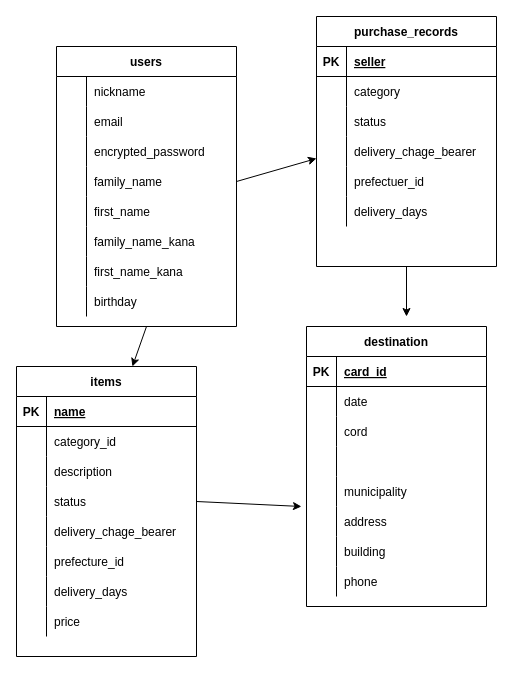
This is README.dio from akifumiyamane/furima-38392, a draw.io file, before an edit. Source tidied: cells renumbered, new cells numbered last; positions are measured from the earlier drawing's top-left corner, leaving out a move shared by most shapes. Both pictures are drawn from the tidied source at 100%, with x=0, y=0 at pixel (16, 16).
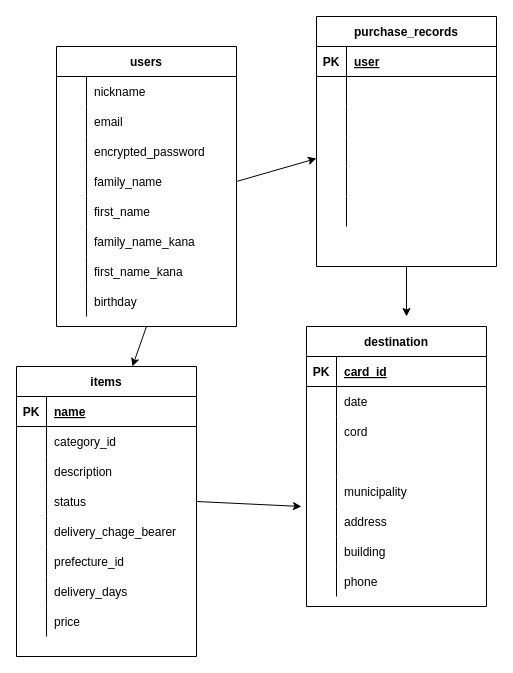
The same page after the edit.

Commit message (it also covers changes not shown here):
データベース設計

The change refers to these unchanged cells:
```xml
<mxCell id="29" style="shape=partialRectangle;fillColor=none;top=0;left=0;bottom=1;right=0;" parent="28" vertex="1">
  <mxGeometry y="30" width="180" height="30" as="geometry" />
</mxCell>
<mxCell id="32" style="shape=partialRectangle;fillColor=none;top=0;left=0;bottom=0;right=0;" parent="28" vertex="1">
  <mxGeometry y="60" width="180" height="30" as="geometry" />
</mxCell>
<mxCell id="35" style="shape=partialRectangle;fillColor=none;top=0;left=0;bottom=0;right=0;" parent="28" vertex="1">
  <mxGeometry y="90" width="180" height="30" as="geometry" />
</mxCell>
<mxCell id="38" style="shape=partialRectangle;fillColor=none;top=0;left=0;bottom=0;right=0;points=[[0,0.5],[1,0.5]];portConstraint=eastwest;" parent="28" vertex="1">
  <mxGeometry y="120" width="180" height="30" as="geometry" />
</mxCell>
<mxCell id="41" style="shape=partialRectangle;fillColor=none;top=0;left=0;bottom=0;right=0;" parent="28" vertex="1">
  <mxGeometry y="150" width="180" height="30" as="geometry" />
</mxCell>
<mxCell id="44" style="shape=partialRectangle;fillColor=none;top=0;left=0;bottom=0;right=0;" parent="28" vertex="1">
  <mxGeometry y="180" width="180" height="30" as="geometry" />
</mxCell>
```

Diff of the diagram source:
```diff
@@
-    <mxCell id="31" value="seller" style="shape=partialRectangle;fillColor=none;top=0;left=0;bottom=0;right=0;align=left;spacingLeft=6;fontStyle=5;overflow=hidden;" parent="29" vertex="1">
+    <mxCell id="31" value="user" style="shape=partialRectangle;fillColor=none;top=0;left=0;bottom=0;right=0;align=left;spacingLeft=6;fontStyle=5;overflow=hidden;" parent="29" vertex="1">
       <mxGeometry x="30" width="150" height="30" as="geometry" />
     </mxCell>
@@
-    <mxCell id="34" value="category" style="shape=partialRectangle;fillColor=none;top=0;left=0;bottom=0;right=0;align=left;spacingLeft=6;overflow=hidden;" parent="32" vertex="1">
+    <mxCell id="34" style="shape=partialRectangle;fillColor=none;top=0;left=0;bottom=0;right=0;align=left;spacingLeft=6;overflow=hidden;" parent="32" vertex="1">
       <mxGeometry x="30" width="150" height="30" as="geometry" />
     </mxCell>
@@
-    <mxCell id="37" value="status" style="shape=partialRectangle;fillColor=none;top=0;left=0;bottom=0;right=0;align=left;spacingLeft=6;overflow=hidden;" parent="35" vertex="1">
+    <mxCell id="37" style="shape=partialRectangle;fillColor=none;top=0;left=0;bottom=0;right=0;align=left;spacingLeft=6;overflow=hidden;" parent="35" vertex="1">
       <mxGeometry x="30" width="150" height="30" as="geometry" />
     </mxCell>
@@
-    <mxCell id="40" value="delivery_chage_bearer" style="shape=partialRectangle;fillColor=none;top=0;left=0;bottom=0;right=0;align=left;spacingLeft=6;overflow=hidden;" parent="38" vertex="1">
+    <mxCell id="40" style="shape=partialRectangle;fillColor=none;top=0;left=0;bottom=0;right=0;align=left;spacingLeft=6;overflow=hidden;" parent="38" vertex="1">
       <mxGeometry x="30" width="150" height="30" as="geometry" />
     </mxCell>
@@
-    <mxCell id="43" value="prefectuer_id" style="shape=partialRectangle;fillColor=none;top=0;left=0;bottom=0;right=0;align=left;spacingLeft=6;overflow=hidden;" parent="41" vertex="1">
+    <mxCell id="43" style="shape=partialRectangle;fillColor=none;top=0;left=0;bottom=0;right=0;align=left;spacingLeft=6;overflow=hidden;" parent="41" vertex="1">
       <mxGeometry x="30" width="150" height="30" as="geometry" />
     </mxCell>
@@
-    <mxCell id="46" value="delivery_days" style="shape=partialRectangle;fillColor=none;top=0;left=0;bottom=0;right=0;align=left;spacingLeft=6;overflow=hidden;" parent="44" vertex="1">
+    <mxCell id="46" style="shape=partialRectangle;fillColor=none;top=0;left=0;bottom=0;right=0;align=left;spacingLeft=6;overflow=hidden;" parent="44" vertex="1">
       <mxGeometry x="30" width="150" height="30" as="geometry" />
     </mxCell>
```
